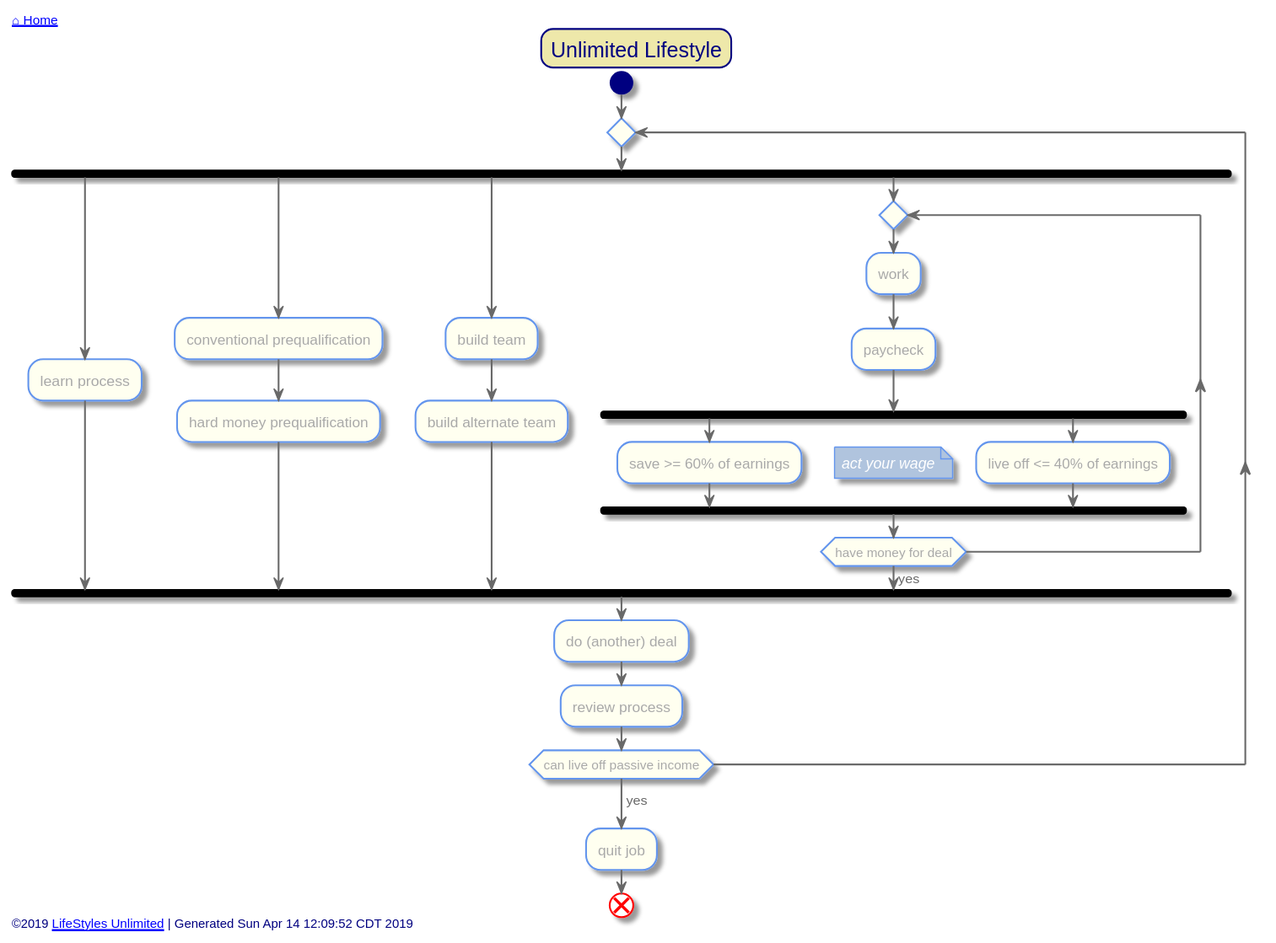
The PlantUML diagram out/src/unlimited-lifestyle/index.svg in toddmo/lifestylesunlimited, before a commit.
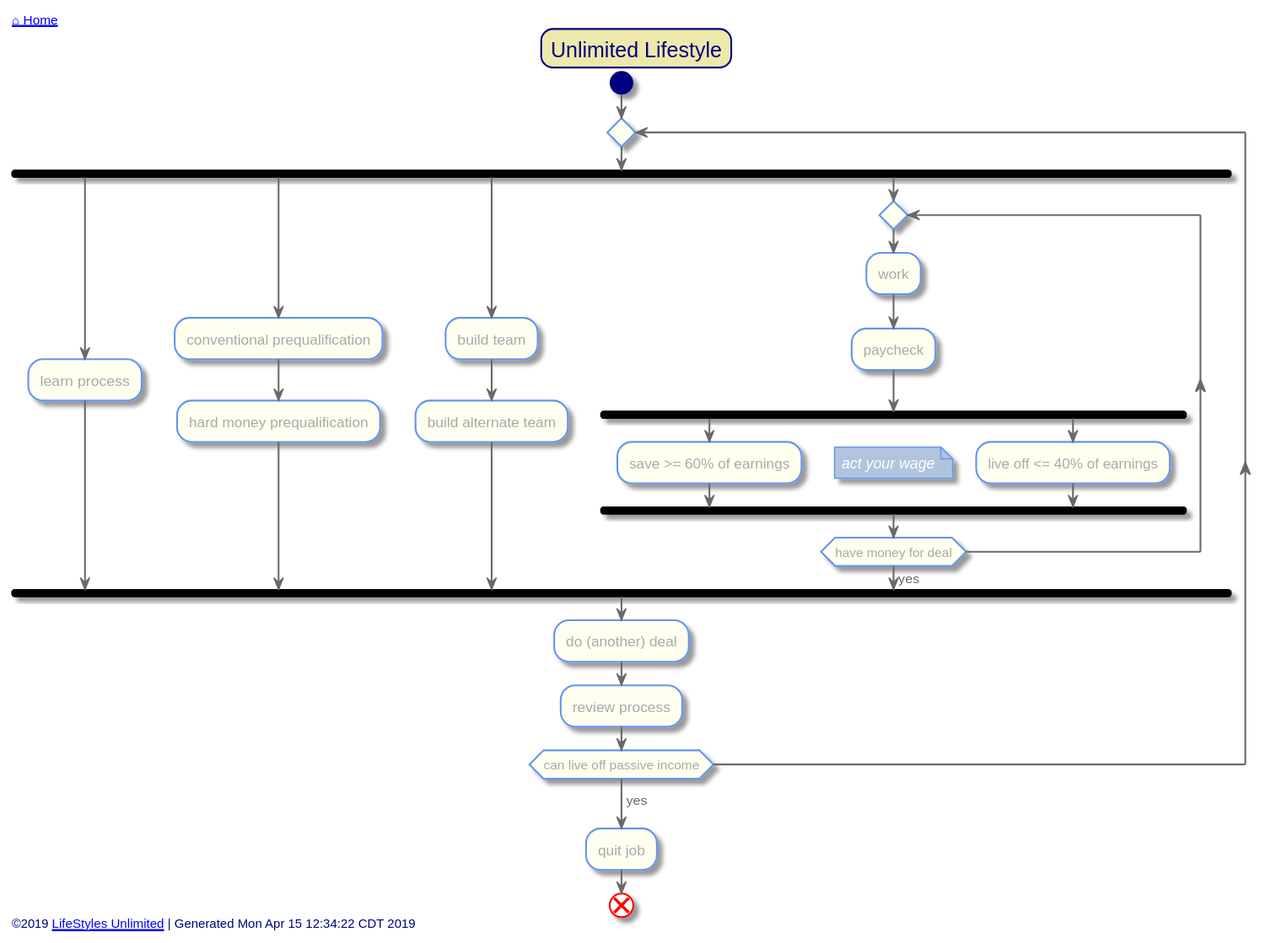
Above is the later version.

What changed in the source:
```diff
@@ -107,7 +107,7 @@
 	end
 
 left footer
-	©2019 [[http://www.lifestylesunlimited.com LifeStyles Unlimited]] | Generated Sun Apr 14 12:09:52 CDT 2019
+	©2019 [[http://www.lifestylesunlimited.com LifeStyles Unlimited]] | Generated Mon Apr 15 12:34:22 CDT 2019
 endfooter
 
 
```
